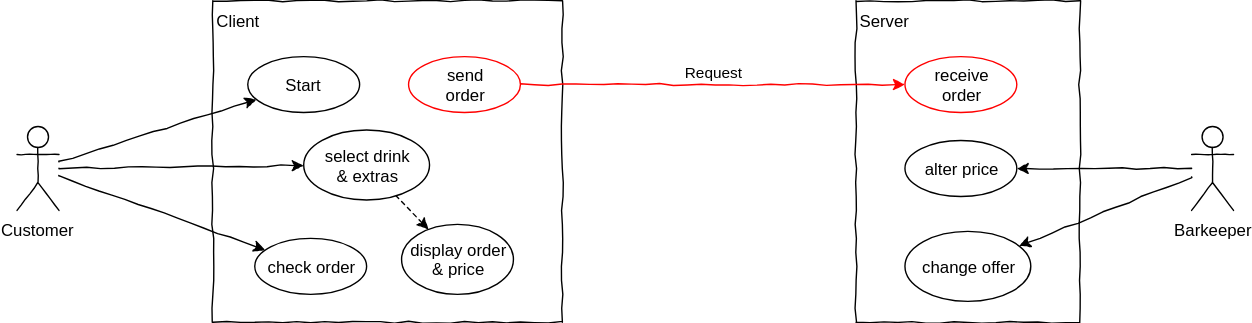
Above: L05_Client/Material/draw.io/UseCase.svg in JirkaDellOro/EIA2-Inverted (draw.io), before the change. Source tidied: cells renumbered, new cells last; positions are measured from the earlier drawing's top-left corner, leaving out a move shared by most shapes.
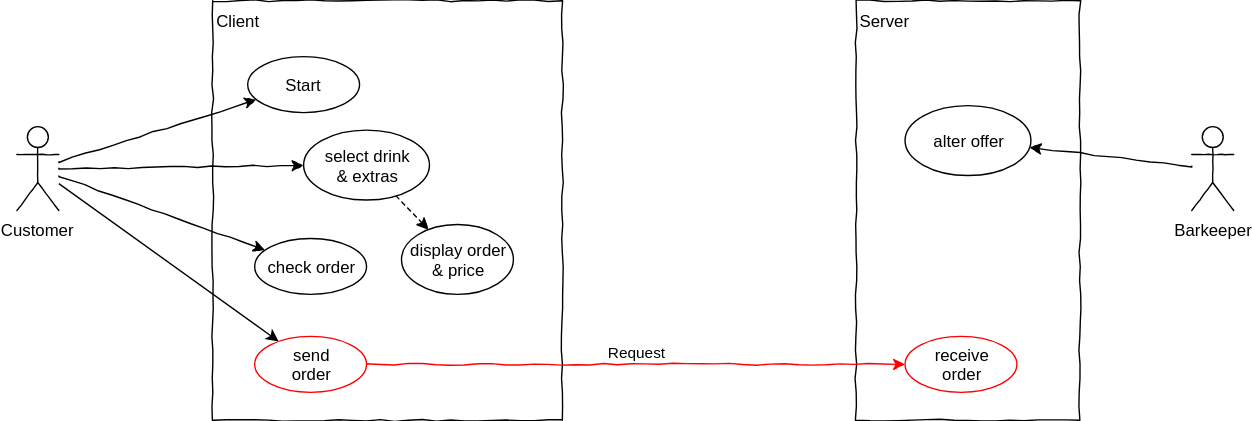
Later version of the same file.

What changed in the source:
```diff
@@ -3,10 +3,10 @@
     <mxCell id="0" />
     <mxCell id="1" parent="0" />
     <mxCell id="2" value="&lt;div style=&quot;text-align: left&quot;&gt;&lt;span&gt;Client&lt;/span&gt;&lt;/div&gt;" style="rounded=0;whiteSpace=wrap;html=1;shadow=0;glass=0;comic=1;strokeColor=#000000;labelPosition=center;verticalLabelPosition=middle;align=left;verticalAlign=top;absoluteArcSize=1;arcSize=50;" parent="1" vertex="1">
-      <mxGeometry x="140" width="250" height="230" as="geometry" />
+      <mxGeometry x="140" width="250" height="300" as="geometry" />
     </mxCell>
     <mxCell id="3" value="&lt;div style=&quot;text-align: left&quot;&gt;&lt;span&gt;Server&lt;/span&gt;&lt;/div&gt;" style="rounded=0;whiteSpace=wrap;html=1;shadow=0;glass=0;comic=1;strokeColor=#000000;labelPosition=center;verticalLabelPosition=middle;align=left;verticalAlign=top;absoluteArcSize=1;arcSize=50;" parent="1" vertex="1">
-      <mxGeometry x="600" width="160" height="230" as="geometry" />
+      <mxGeometry x="600" width="160" height="300" as="geometry" />
     </mxCell>
     <mxCell id="4" value="Request" style="edgeStyle=orthogonalEdgeStyle;rounded=0;jettySize=auto;html=1;verticalAlign=bottom;strokeColor=#FF0000;shadow=0;comic=1;" parent="1" edge="1" source="20" target="19">
       <mxGeometry relative="1" as="geometry" />
@@ -23,6 +23,9 @@
     <mxCell id="8" style="edgeStyle=none;rounded=0;jettySize=auto;html=1;shadow=0;comic=1;" parent="1" edge="1" source="9" target="13">
       <mxGeometry relative="1" as="geometry" />
     </mxCell>
+    <mxCell id="21" style="rounded=0;jettySize=auto;html=1;" parent="1" edge="1" source="9" target="20">
+      <mxGeometry relative="1" as="geometry" />
+    </mxCell>
     <mxCell id="9" value="Customer" style="shape=umlActor;verticalLabelPosition=bottom;labelBackgroundColor=#ffffff;verticalAlign=top;html=1;rounded=1;shadow=0;comic=1;strokeWidth=1;comic=1;" parent="1" vertex="1">
       <mxGeometry y="90" width="30" height="60" as="geometry" />
     </mxCell>
@@ -38,26 +41,20 @@
     <mxCell id="13" value="check order" style="ellipse;whiteSpace=wrap;html=1;rounded=1;shadow=0;strokeWidth=1;comic=1;" parent="1" vertex="1">
       <mxGeometry x="170" y="170" width="80" height="40" as="geometry" />
     </mxCell>
-    <mxCell id="14" style="rounded=0;jettySize=auto;html=1;shadow=0;comic=1;" parent="1" edge="1" source="16" target="17">
-      <mxGeometry relative="1" as="geometry" />
-    </mxCell>
     <mxCell id="15" style="edgeStyle=none;rounded=0;jettySize=auto;html=1;shadow=0;comic=1;" parent="1" edge="1" source="16" target="18">
       <mxGeometry relative="1" as="geometry" />
     </mxCell>
     <mxCell id="16" value="Barkeeper" style="shape=umlActor;verticalLabelPosition=bottom;labelBackgroundColor=#ffffff;verticalAlign=top;html=1;rounded=1;shadow=0;comic=1;strokeWidth=1;comic=1;" parent="1" vertex="1">
       <mxGeometry x="840" y="90" width="30" height="60" as="geometry" />
     </mxCell>
-    <mxCell id="17" value="alter price" style="ellipse;whiteSpace=wrap;html=1;rounded=1;shadow=0;strokeWidth=1;comic=1;" parent="1" vertex="1">
-      <mxGeometry x="635" y="100" width="80" height="40" as="geometry" />
-    </mxCell>
-    <mxCell id="18" value="change offer" style="ellipse;whiteSpace=wrap;html=1;rounded=1;shadow=0;strokeWidth=1;comic=1;" parent="1" vertex="1">
-      <mxGeometry x="635" y="165" width="90" height="50" as="geometry" />
+    <mxCell id="18" value="alter offer" style="ellipse;whiteSpace=wrap;html=1;rounded=1;shadow=0;strokeWidth=1;comic=1;" parent="1" vertex="1">
+      <mxGeometry x="635" y="75" width="90" height="50" as="geometry" />
     </mxCell>
     <mxCell id="19" value="receive&lt;br&gt;order" style="ellipse;whiteSpace=wrap;html=1;rounded=1;shadow=0;strokeWidth=1;comic=1;strokeColor=#FF0000;" parent="1" vertex="1">
-      <mxGeometry x="635" y="40" width="80" height="40" as="geometry" />
+      <mxGeometry x="635" y="240" width="80" height="40" as="geometry" />
     </mxCell>
     <mxCell id="20" value="send&lt;br&gt;order" style="ellipse;whiteSpace=wrap;html=1;rounded=1;shadow=0;strokeWidth=1;comic=1;strokeColor=#FF0000;" parent="1" vertex="1">
-      <mxGeometry x="280" y="40" width="80" height="40" as="geometry" />
+      <mxGeometry x="170" y="240" width="80" height="40" as="geometry" />
     </mxCell>
   </root>
 </mxGraphModel>
```
